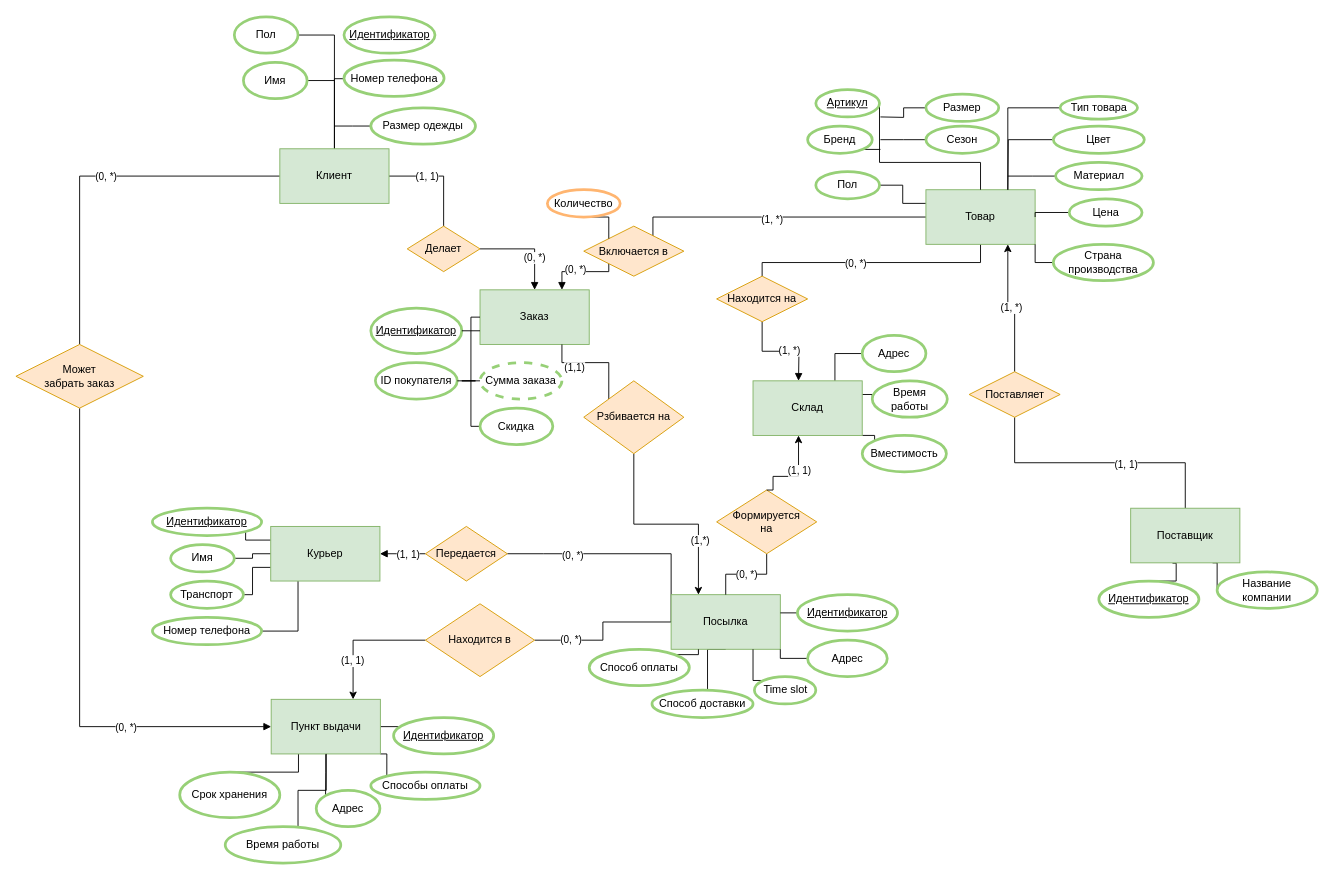
Above: er.drawio in sweetd0ve/DBMS-project (draw.io), before the change. Source tidied: cells renumbered, new cells numbered last; positions are measured from the earlier drawing's top-left corner, leaving out a move shared by most shapes. Both pictures are drawn from the tidied source at 91%, with x=0, y=0 at pixel (15, 16).
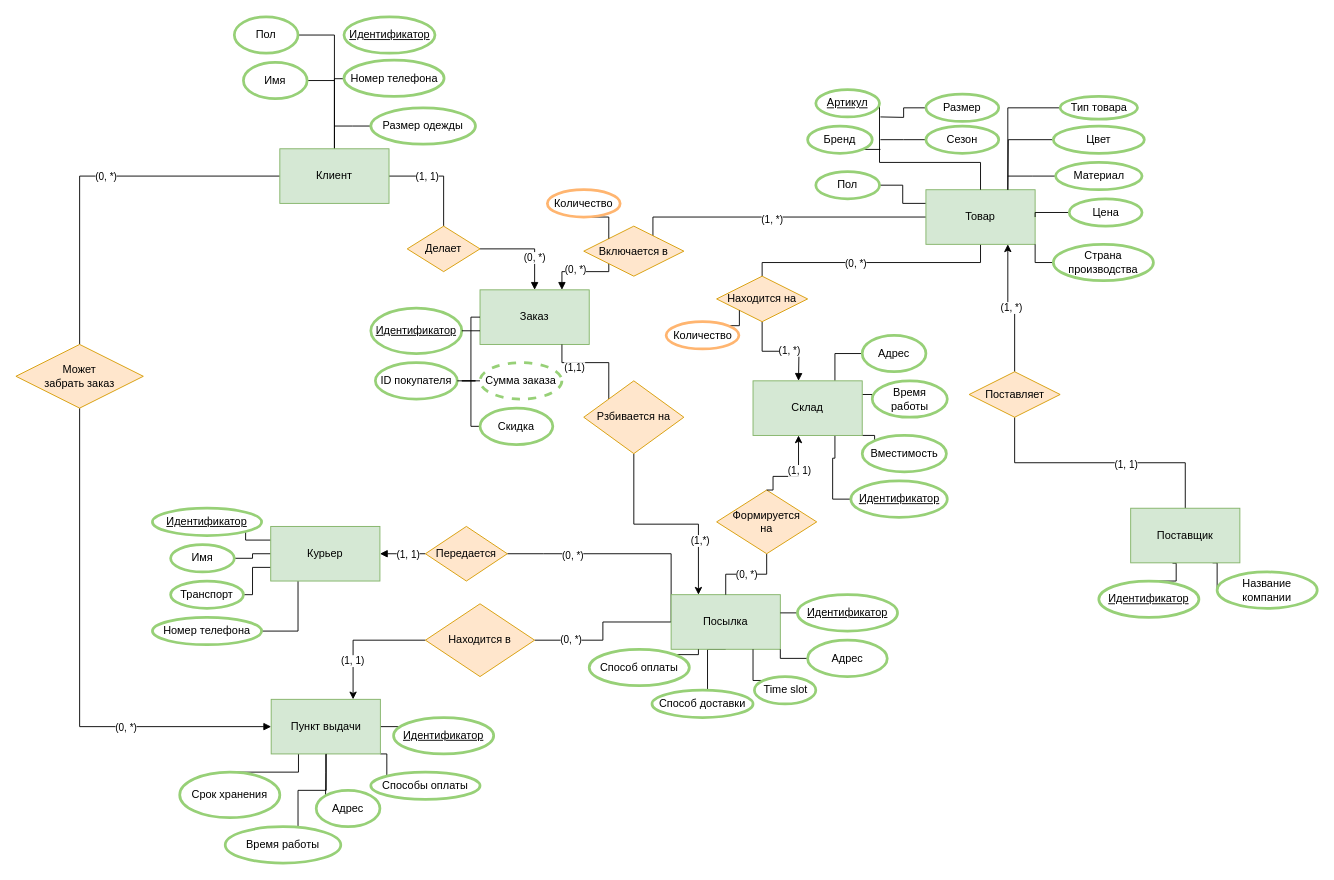
The same diagram, later.

The change refers to these unchanged cells:
```xml
<mxCell id="37" value="Находится на" style="rhombus;whiteSpace=wrap;html=1;fillColor=#ffe6cc;strokeColor=#d79b00;" parent="1" vertex="1">
  <mxGeometry x="770" y="285" width="100" height="50" as="geometry" />
</mxCell>
<mxCell id="124" value="Склад" style="rounded=0;whiteSpace=wrap;html=1;fillColor=#d5e8d4;strokeColor=#82b366;" parent="1" vertex="1">
  <mxGeometry x="810" y="400" width="120" height="60" as="geometry" />
</mxCell>
```

What changed in the source:
```diff
@@
+    <mxCell id="134" style="edgeStyle=orthogonalEdgeStyle;rounded=0;jettySize=auto;html=1;exitX=0.75;exitY=1;exitDx=0;exitDy=0;entryX=0;entryY=0.5;entryDx=0;entryDy=0;endArrow=none;endFill=0;" parent="1" edge="1" source="124" target="135">
+      <mxGeometry relative="1" as="geometry" />
+    </mxCell>
@@
+    <mxCell id="135" value="&lt;u&gt;Идентификатор&lt;/u&gt;" style="ellipse;whiteSpace=wrap;html=1;strokeColor=#97D077;strokeWidth=3;" parent="1" vertex="1">
+      <mxGeometry x="917.5" y="510" width="106" height="40" as="geometry" />
+    </mxCell>
+    <mxCell id="136" style="edgeStyle=orthogonalEdgeStyle;rounded=0;jettySize=auto;html=1;exitX=1;exitY=0;exitDx=0;exitDy=0;entryX=0;entryY=1;entryDx=0;entryDy=0;endArrow=none;endFill=0;" parent="1" edge="1" source="137" target="37">
+      <mxGeometry relative="1" as="geometry" />
+    </mxCell>
+    <mxCell id="137" value="Количество" style="ellipse;whiteSpace=wrap;html=1;strokeWidth=3;strokeColor=#FFB570;" parent="1" vertex="1">
+      <mxGeometry x="714.5" y="335" width="80" height="30" as="geometry" />
+    </mxCell>
```
